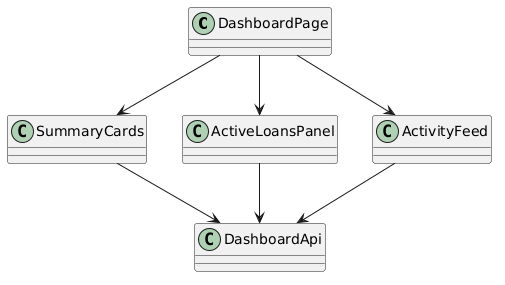
The PlantUML diagram docs/detailed-designs/diagrams/rendered/fe_class_dashboard.png in QuinntyneBrown/LendQ, before a commit.
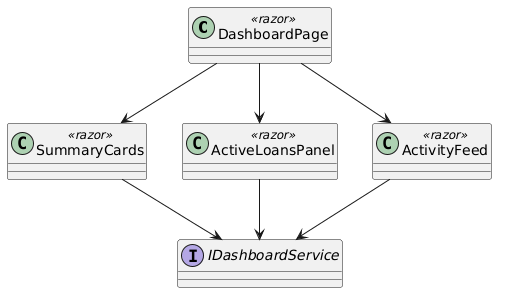
Later version of the same file.

Diff of the diagram source:
```diff
@@ -1,15 +1,15 @@
 @startuml
 skinparam classAttributeIconSize 0
-class DashboardPage
-class SummaryCards
-class ActiveLoansPanel
-class ActivityFeed
-class DashboardApi
+class DashboardPage <<razor>>
+class SummaryCards <<razor>>
+class ActiveLoansPanel <<razor>>
+class ActivityFeed <<razor>>
+interface IDashboardService
 
 DashboardPage --> SummaryCards
 DashboardPage --> ActiveLoansPanel
 DashboardPage --> ActivityFeed
-SummaryCards --> DashboardApi
-ActiveLoansPanel --> DashboardApi
-ActivityFeed --> DashboardApi
+SummaryCards --> IDashboardService
+ActiveLoansPanel --> IDashboardService
+ActivityFeed --> IDashboardService
 @enduml
```
